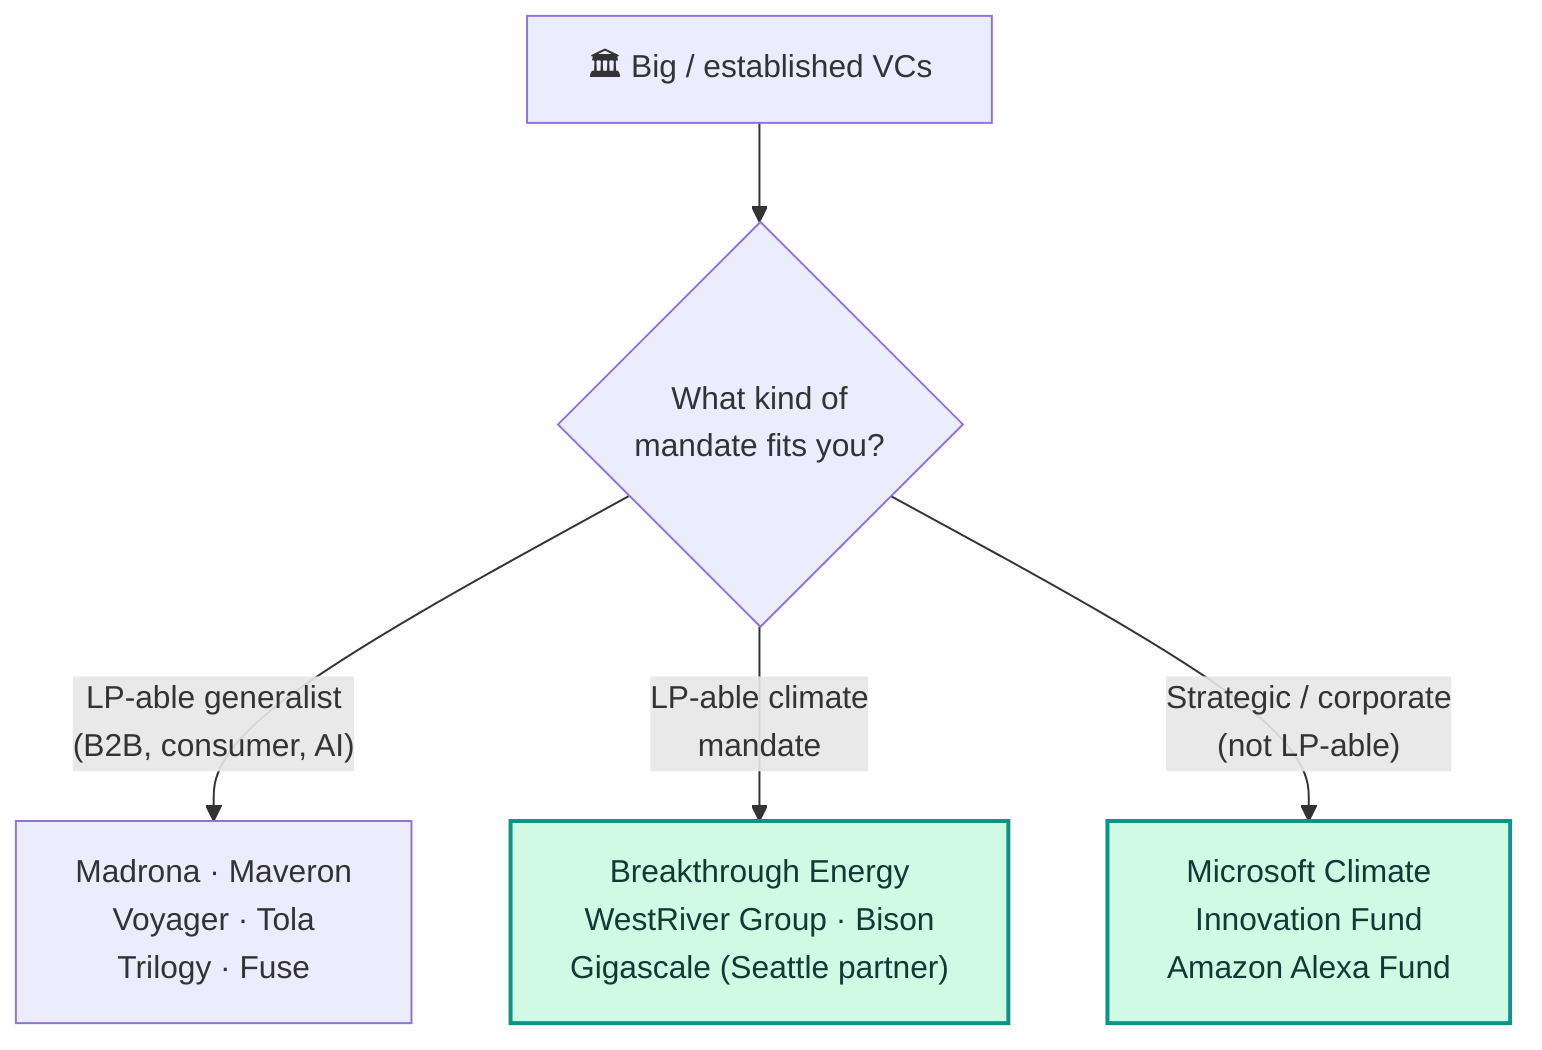
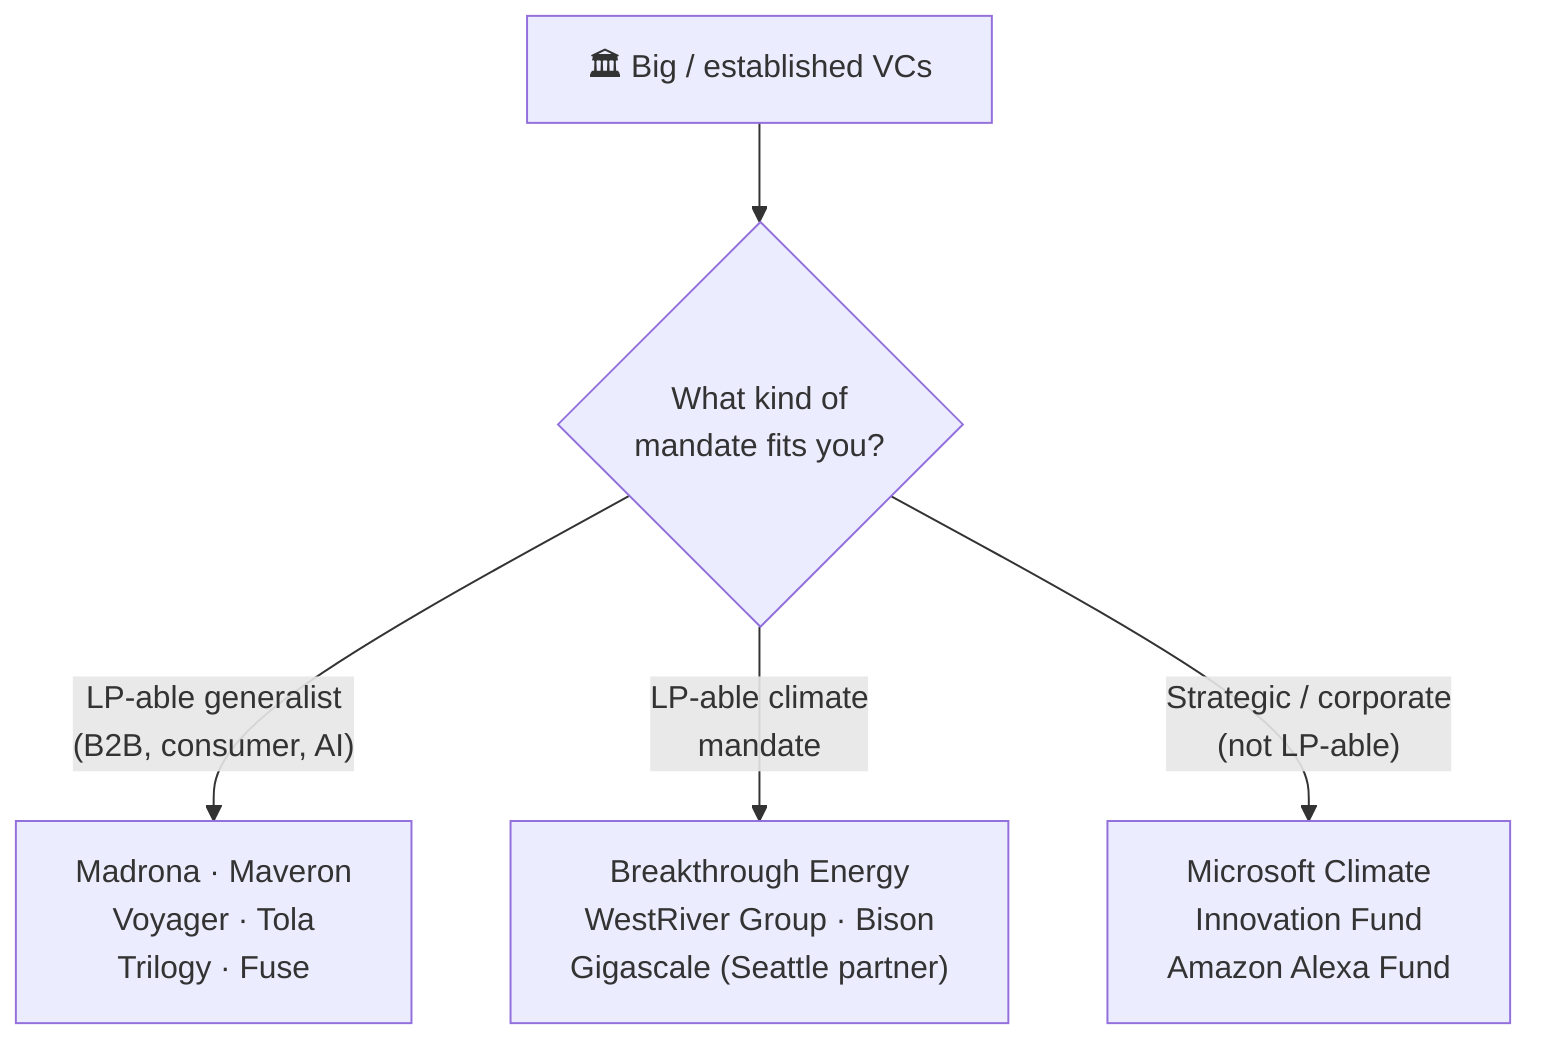
flowchart TD
    B1["🏛️ Big / established VCs"] --> BQ{"What kind of<br/>mandate fits you?"}
    BQ -->|"LP-able generalist<br/>(B2B, consumer, AI)"| BA["Madrona · Maveron<br/>Voyager · Tola<br/>Trilogy · Fuse"]
    BQ -->|"LP-able climate<br/>mandate"| BB["Breakthrough Energy<br/>WestRiver Group · Bison<br/>Gigascale (Seattle partner)"]
    BQ -->|"Strategic / corporate<br/>(not LP-able)"| BC["Microsoft Climate<br/>Innovation Fund<br/>Amazon Alexa Fund"]
- 
-     classDef climate fill:#d1fae5,stroke:#0d9488,stroke-width:2px,color:#0f3a36
-     class BB,BC climate
